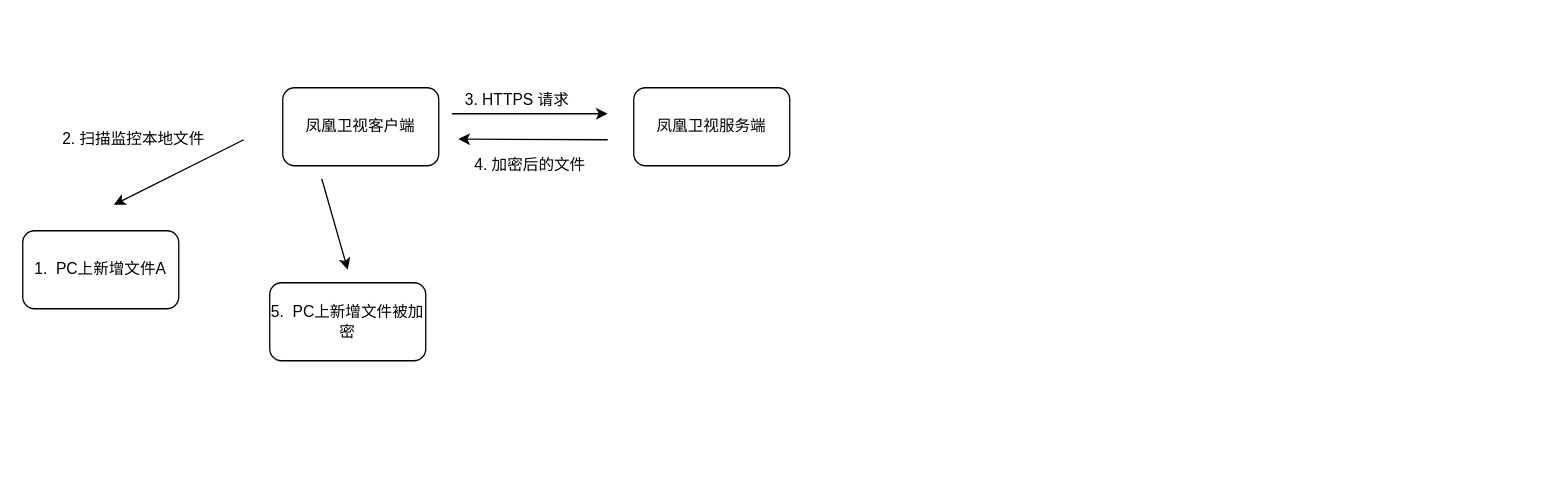
Before: decrypt_encrypt.drawio in Chenguoqing2008/drawio, a draw.io diagram. Source tidied: cells renumbered, new cells numbered last; positions are measured from the earlier drawing's top-left corner, leaving out a move shared by most shapes. Both pictures are drawn from the tidied source at 130%, with x=0, y=0 at pixel (22, 87).
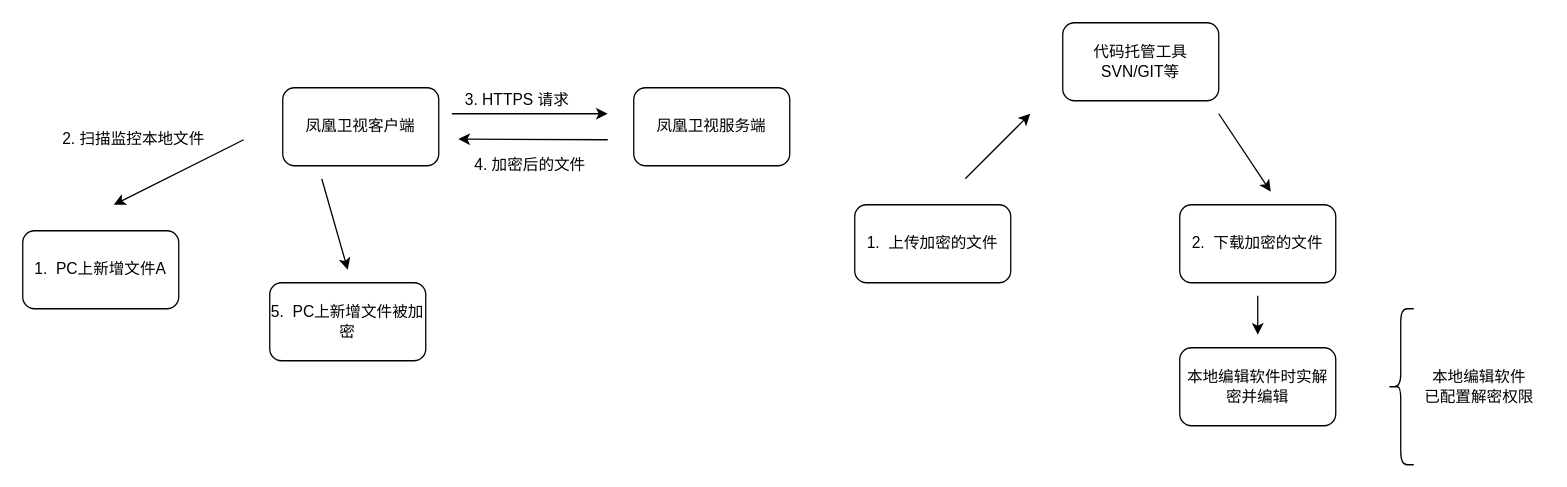
The same page after the edit.

Change to the diagram source:
```diff
@@
+    <mxCell id="13" value="代码托管工具SVN/GIT等" style="rounded=1;whiteSpace=wrap;html=1;" parent="1" vertex="1">
+      <mxGeometry x="800" y="-50" width="120" height="60" as="geometry" />
+    </mxCell>
+    <mxCell id="14" value="1.&amp;nbsp; 上传加密的文件" style="rounded=1;whiteSpace=wrap;html=1;" parent="1" vertex="1">
+      <mxGeometry x="640" y="90" width="120" height="60" as="geometry" />
+    </mxCell>
+    <mxCell id="15" style="endArrow=classic;html=1;" parent="1" edge="1">
+      <mxGeometry relative="1" as="geometry">
+        <mxPoint x="725" y="70" as="sourcePoint" />
+        <mxPoint x="775" y="20" as="targetPoint" />
+      </mxGeometry>
+    </mxCell>
+    <mxCell id="16" value="2.&amp;nbsp; 下载加密的文件" style="rounded=1;whiteSpace=wrap;html=1;" parent="1" vertex="1">
+      <mxGeometry x="890" y="90" width="120" height="60" as="geometry" />
+    </mxCell>
+    <mxCell id="17" style="endArrow=classic;html=1;" parent="1" edge="1">
+      <mxGeometry relative="1" as="geometry">
+        <mxPoint x="920" y="20" as="sourcePoint" />
+        <mxPoint x="960" y="80" as="targetPoint" />
+      </mxGeometry>
+    </mxCell>
+    <mxCell id="18" value="本地编辑软件时实解密并编辑" style="rounded=1;whiteSpace=wrap;html=1;" parent="1" vertex="1">
+      <mxGeometry x="890" y="200" width="120" height="60" as="geometry" />
+    </mxCell>
+    <mxCell id="19" style="shape=curlyBracket;whiteSpace=wrap;html=1;rounded=1;" parent="1" vertex="1">
+      <mxGeometry x="1050" y="170" width="20" height="120" as="geometry" />
+    </mxCell>
+    <mxCell id="20" value="本地编辑软件&lt;br&gt;已配置解密权限" style="text;html=1;align=center;verticalAlign=middle;" parent="1" vertex="1">
+      <mxGeometry x="1070" y="215" width="100" height="30" as="geometry" />
+    </mxCell>
+    <mxCell id="21" style="endArrow=classic;html=1;" parent="1" edge="1">
+      <mxGeometry relative="1" as="geometry">
+        <mxPoint x="950" y="160" as="sourcePoint" />
+        <mxPoint x="950" y="190" as="targetPoint" />
+      </mxGeometry>
+    </mxCell>
```
